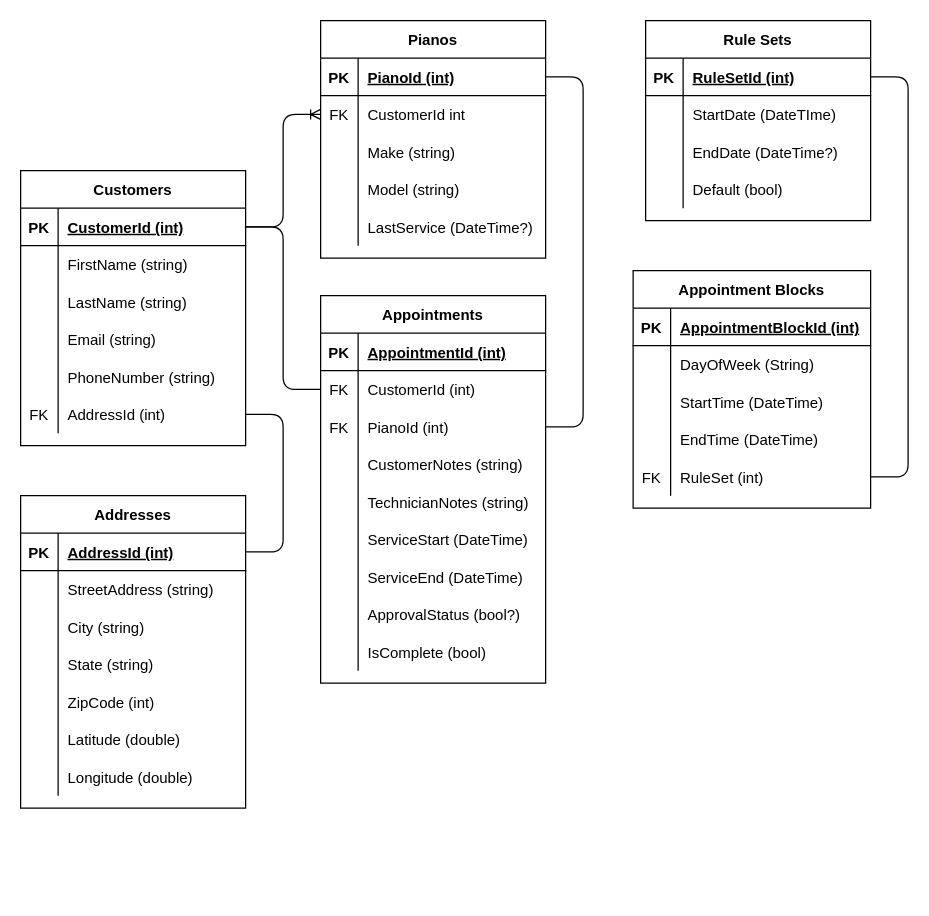
Earlier version of the draw.io diagram ERD/CapstoneERD.drawio (colingalvin/Capstone). Source tidied: cells renumbered, new cells numbered last; positions are measured from the earlier drawing's top-left corner, leaving out a move shared by most shapes. Both pictures are drawn from the tidied source at 125%, with x=0, y=0 at pixel (20, 20).
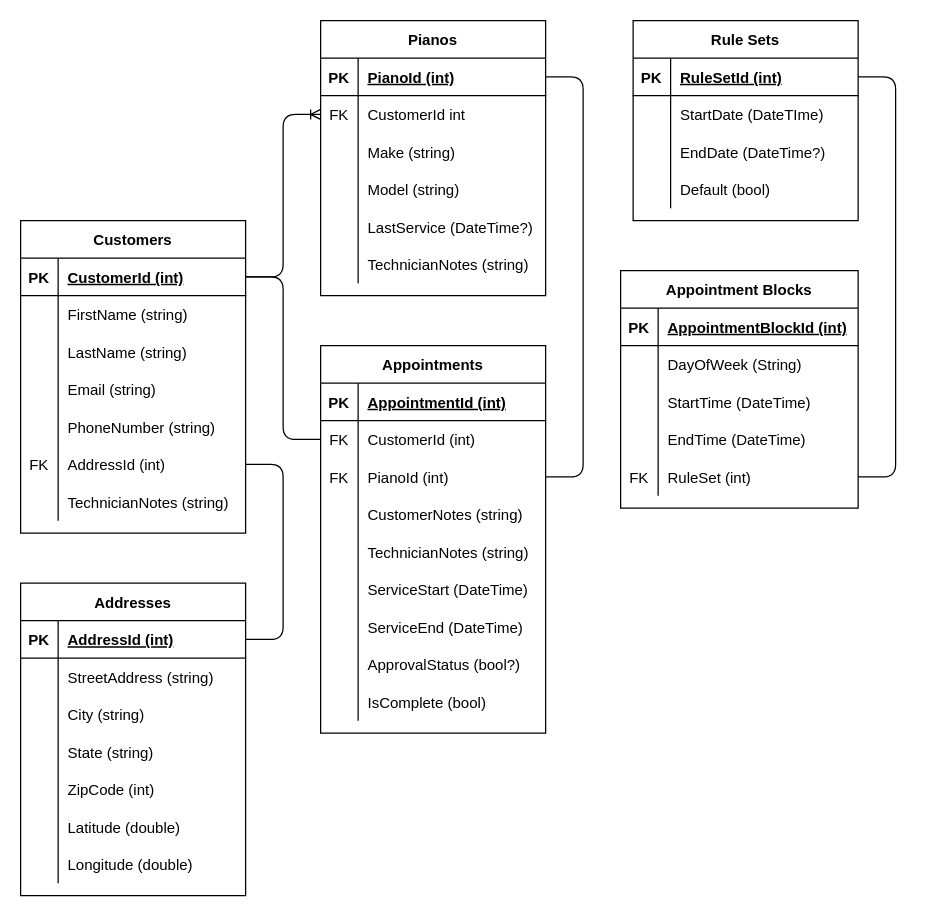
The same page after the edit.

Commit message (it also covers changes not shown here):
Add approved User Stories, Update ERD, begin project outline.

Diff of the diagram source:
```diff
@@
     <mxCell id="2" value="Customers" style="shape=table;startSize=30;childLayout=tableLayout;rowLines=0;fontStyle=1;align=center;" parent="1" vertex="1">
-      <mxGeometry y="120" width="180" height="220" as="geometry" />
+      <mxGeometry y="160" width="180" height="250" as="geometry" />
     </mxCell>
@@
+    <mxCell id="121" style="shape=partialRectangle;fillColor=none;top=0;left=0;bottom=0;right=0;" parent="2" vertex="1">
+      <mxGeometry y="210" width="180" height="30" as="geometry" />
+    </mxCell>
+    <mxCell id="122" style="shape=partialRectangle;fillColor=none;top=0;left=0;bottom=0;right=0;overflow=hidden;" parent="121" vertex="1">
+      <mxGeometry width="30" height="30" as="geometry" />
+    </mxCell>
+    <mxCell id="123" value="TechnicianNotes (string)" style="shape=partialRectangle;fillColor=none;top=0;left=0;bottom=0;right=0;align=left;spacingLeft=6;overflow=hidden;" parent="121" vertex="1">
+      <mxGeometry x="30" width="150" height="30" as="geometry" />
+    </mxCell>
     <mxCell id="21" value="Pianos" style="shape=table;startSize=30;childLayout=tableLayout;rowLines=0;fontStyle=1;align=center;" parent="1" vertex="1">
-      <mxGeometry x="240" width="180" height="190" as="geometry" />
+      <mxGeometry x="240" width="180" height="220" as="geometry" />
     </mxCell>
@@
+    <mxCell id="124" style="shape=partialRectangle;fillColor=none;top=0;left=0;bottom=0;right=0;direction=south;" parent="21" vertex="1">
+      <mxGeometry y="180" width="180" height="30" as="geometry" />
+    </mxCell>
+    <mxCell id="125" style="shape=partialRectangle;fillColor=none;top=0;left=0;bottom=0;right=0;overflow=hidden;" parent="124" vertex="1">
+      <mxGeometry width="30" height="30" as="geometry" />
+    </mxCell>
+    <mxCell id="126" value="TechnicianNotes (string)" style="shape=partialRectangle;fillColor=none;top=0;left=0;bottom=0;right=0;align=left;spacingLeft=6;overflow=hidden;" parent="124" vertex="1">
+      <mxGeometry x="30" width="150" height="30" as="geometry" />
+    </mxCell>
     <mxCell id="37" value="Appointments" style="shape=table;startSize=30;childLayout=tableLayout;rowLines=0;fontStyle=1;align=center;" parent="1" vertex="1">
-      <mxGeometry x="240" y="220" width="180" height="310" as="geometry" />
+      <mxGeometry x="240" y="260" width="180" height="310" as="geometry" />
     </mxCell>
@@
     <mxCell id="65" value="Rule Sets" style="shape=table;startSize=30;childLayout=tableLayout;rowLines=0;fontStyle=1;align=center;" parent="1" vertex="1">
-      <mxGeometry x="500" width="180" height="160" as="geometry" />
+      <mxGeometry x="490" width="180" height="160" as="geometry" />
     </mxCell>
@@
     <mxCell id="78" value="Appointment Blocks" style="shape=table;startSize=30;childLayout=tableLayout;rowLines=0;fontStyle=1;align=center;" parent="1" vertex="1">
-      <mxGeometry x="490" y="200" width="190" height="190" as="geometry" />
+      <mxGeometry x="480" y="200" width="190" height="190" as="geometry" />
     </mxCell>
@@
     <mxCell id="94" value="Addresses" style="shape=table;startSize=30;childLayout=tableLayout;rowLines=0;fontStyle=1;align=center;" parent="1" vertex="1">
-      <mxGeometry y="380" width="180" height="250" as="geometry" />
+      <mxGeometry y="450" width="180" height="250" as="geometry" />
     </mxCell>
```
